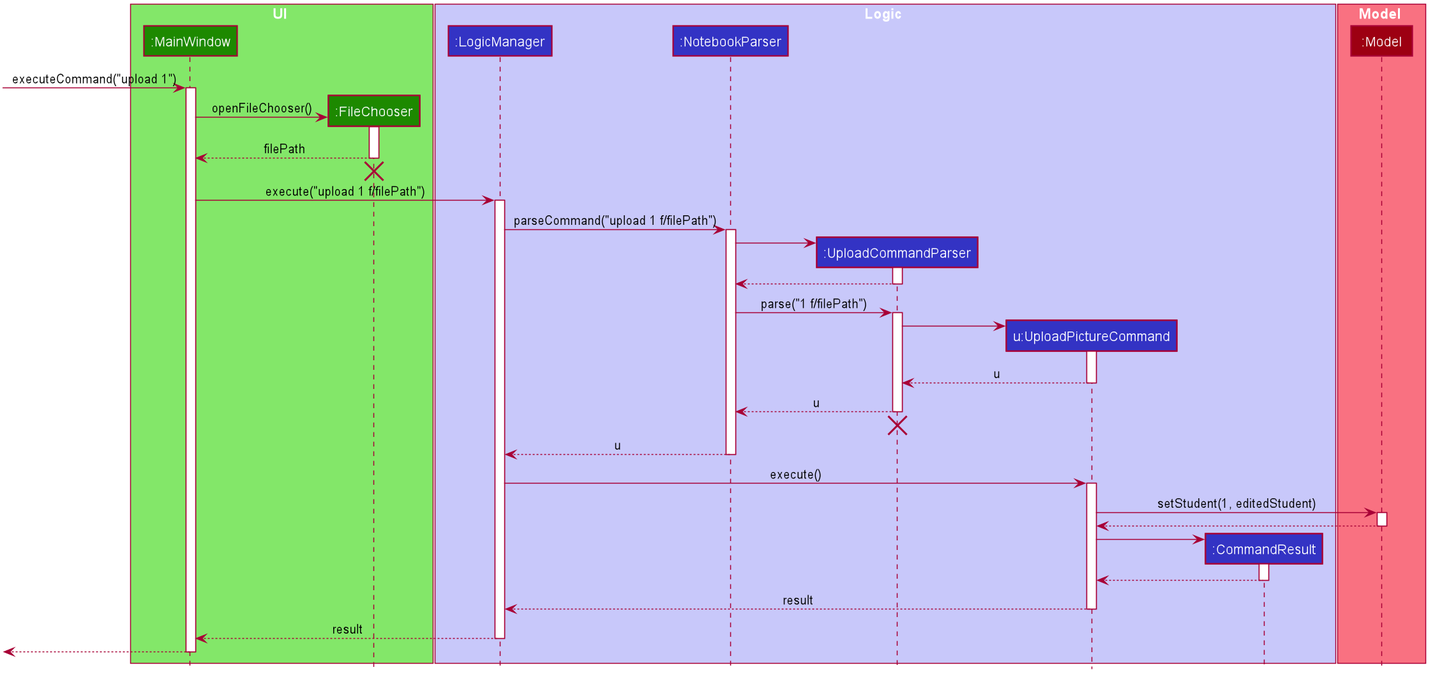
Earlier version of the PlantUML export docs/images/SebastianDG/UploadSequenceDiagram.png (nus-cs2103-AY1920S1/addressbook-level3). Source of this version:
```plantuml
@startuml








skinparam BackgroundColor #FFFFFFF

skinparam Shadowing false

skinparam Class {
    FontColor #FFFFFF
    BorderThickness 1
    BorderColor #FFFFFF
    StereotypeFontColor #FFFFFF
    FontName Arial
}

skinparam Actor {
    BorderColor #000000
    Color #000000
    FontName Arial
}

skinparam Sequence {
    MessageAlign center
    BoxFontSize 15
    BoxPadding 0
    BoxFontColor #FFFFFF
    FontName Arial
}

skinparam Participant {
    FontColor #FFFFFFF
    Padding 20
}

skinparam MinClassWidth 50
skinparam ParticipantPadding 10
skinparam Shadowing false
skinparam DefaultTextAlignment center
skinparam packageStyle Rectangle

hide footbox
hide members
hide circle
box UI #83E769
participant ":MainWindow" as MainWindow #1D8900
participant ":FileChooser" as FileChooser #1D8900
end box

box Logic #C8C8FA

participant ":LogicManager" as LogicManager #3333C4
participant ":NotebookParser" as NotebookParser #3333C4
participant ":UploadCommandParser" as UploadPictureCommandParser #3333C4
participant "u:UploadPictureCommand" as UploadPictureCommand #3333C4
participant ":CommandResult" as CommandResult #3333C4
end box

box Model #F97181
participant ":Model" as Model #9D0012
end box

[-> MainWindow : executeCommand("upload 1")
activate MainWindow

create FileChooser
MainWindow-> FileChooser : openFileChooser()
activate FileChooser

FileChooser --> MainWindow : filePath
deactivate FileChooser
FileChooser -[hidden]-> MainWindow
destroy FileChooser

MainWindow -> LogicManager : execute("upload 1 f/filePath")
activate LogicManager

LogicManager -> NotebookParser : parseCommand("upload 1 f/filePath")
activate NotebookParser

create UploadPictureCommandParser
NotebookParser-> UploadPictureCommandParser
activate UploadPictureCommandParser

UploadPictureCommandParser --> NotebookParser
deactivate UploadPictureCommandParser

NotebookParser-> UploadPictureCommandParser : parse("1 f/filePath")
activate UploadPictureCommandParser

create UploadPictureCommand
UploadPictureCommandParser -> UploadPictureCommand
activate UploadPictureCommand

UploadPictureCommand --> UploadPictureCommandParser : u
deactivate UploadPictureCommand

UploadPictureCommandParser --> NotebookParser: u
deactivate UploadPictureCommandParser
UploadPictureCommandParser -[hidden]-> NotebookParser
destroy UploadPictureCommandParser

NotebookParser--> LogicManager : u
deactivate NotebookParser

LogicManager -> UploadPictureCommand : execute()
activate UploadPictureCommand


UploadPictureCommand -> Model : setStudent(1, editedStudent)
activate Model

Model --> UploadPictureCommand
deactivate Model

create CommandResult
UploadPictureCommand -> CommandResult
activate CommandResult

CommandResult --> UploadPictureCommand
deactivate CommandResult

UploadPictureCommand --> LogicManager : result
deactivate UploadPictureCommand

LogicManager --> MainWindow : result
deactivate LogicManager
[<--MainWindow
deactivate MainWindow
@enduml
```
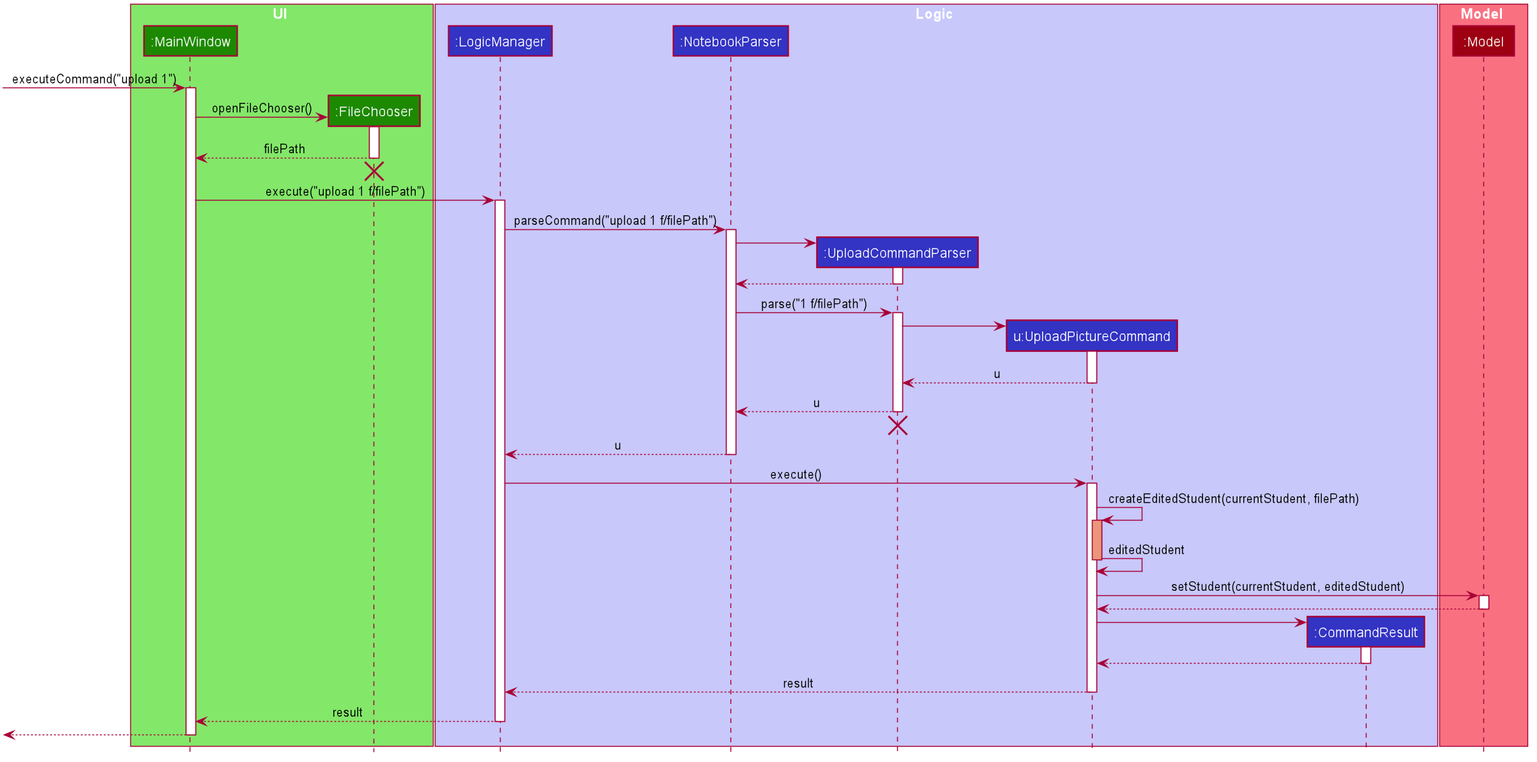
After the change.

Diff of the diagram source:
```diff
@@ -111,9 +111,14 @@
 LogicManager -> UploadPictureCommand : execute()
 activate UploadPictureCommand
 
+UploadPictureCommand -> UploadPictureCommand : createEditedStudent(currentStudent, filePath)
+activate UploadPictureCommand  #DarkSalmon
 
-UploadPictureCommand -> Model : setStudent(1, editedStudent)
+UploadPictureCommand -> UploadPictureCommand : editedStudent
+deactivate UploadPictureCommand #DarkSalmon
+UploadPictureCommand -> Model : setStudent(currentStudent, editedStudent)
 activate Model
+
 
 Model --> UploadPictureCommand
 deactivate Model
```
